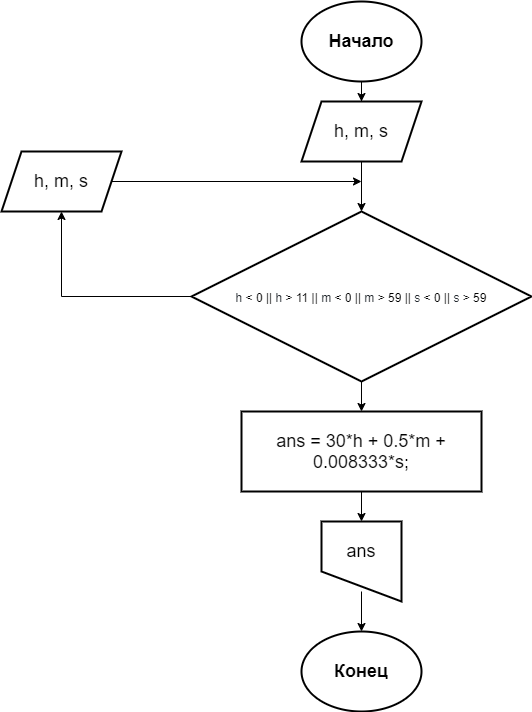
This is Lab1/Lab1.3/Lab1.3.drawio.png from ga1kokuj1n/Lab1, a draw.io export, as it was before one commit. Source tidied: cells renumbered, new cells last; positions are measured from the earlier drawing's top-left corner, leaving out a move shared by most shapes.
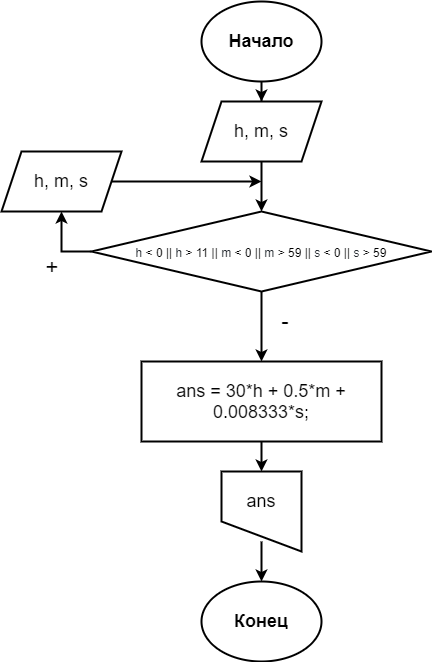
After the change.

What changed in the source:
```diff
@@ -2,45 +2,45 @@
   <root>
     <mxCell id="0" />
     <mxCell id="1" parent="0" />
-    <mxCell id="2" style="edgeStyle=orthogonalEdgeStyle;rounded=0;jettySize=auto;html=1;entryX=0.5;entryY=0;entryDx=0;entryDy=0;fontSize=18;" parent="1" edge="1" source="3" target="5">
+    <mxCell id="2" style="edgeStyle=orthogonalEdgeStyle;rounded=0;jettySize=auto;html=1;entryX=0.5;entryY=0;entryDx=0;entryDy=0;fontSize=18;strokeWidth=2;" parent="1" edge="1" source="3" target="5">
       <mxGeometry relative="1" as="geometry" />
     </mxCell>
     <mxCell id="3" value="&lt;font style=&quot;font-size: 18px&quot;&gt;&lt;b&gt;Начало&lt;/b&gt;&lt;/font&gt;" style="ellipse;whiteSpace=wrap;html=1;strokeWidth=2;" parent="1" vertex="1">
       <mxGeometry x="300" width="120" height="80" as="geometry" />
     </mxCell>
-    <mxCell id="4" style="edgeStyle=orthogonalEdgeStyle;rounded=0;jettySize=auto;html=1;entryX=0.5;entryY=0;entryDx=0;entryDy=0;fontSize=18;" parent="1" edge="1" source="5" target="7">
+    <mxCell id="4" style="edgeStyle=orthogonalEdgeStyle;rounded=0;jettySize=auto;html=1;entryX=0.5;entryY=0;entryDx=0;entryDy=0;fontSize=18;strokeWidth=2;" parent="1" edge="1" source="5" target="7">
       <mxGeometry relative="1" as="geometry" />
     </mxCell>
     <mxCell id="5" value="h, m, s" style="shape=parallelogram;perimeter=parallelogramPerimeter;whiteSpace=wrap;html=1;fixedSize=1;fontSize=18;strokeWidth=2;" parent="1" vertex="1">
       <mxGeometry x="300" y="100" width="120" height="60" as="geometry" />
     </mxCell>
-    <mxCell id="6" style="edgeStyle=orthogonalEdgeStyle;rounded=0;jettySize=auto;html=1;entryX=0.5;entryY=0;entryDx=0;entryDy=0;fontSize=18;" parent="1" edge="1" source="7" target="12">
+    <mxCell id="6" style="edgeStyle=orthogonalEdgeStyle;rounded=0;jettySize=auto;html=1;entryX=0.5;entryY=0;entryDx=0;entryDy=0;fontSize=18;strokeWidth=2;" parent="1" edge="1" source="7" target="12">
       <mxGeometry relative="1" as="geometry" />
     </mxCell>
     <mxCell id="7" value="&lt;span class=&quot;pl-smi&quot; style=&quot;box-sizing: border-box ; color: rgb(36 , 41 , 47) ; font-family: , , &amp;#34;sf mono&amp;#34; , &amp;#34;menlo&amp;#34; , &amp;#34;consolas&amp;#34; , &amp;#34;liberation mono&amp;#34; , monospace ; font-size: 12px ; background-color: rgb(255 , 255 , 255)&quot;&gt;h&lt;/span&gt;&lt;span style=&quot;color: rgb(36 , 41 , 47) ; font-family: , , &amp;#34;sf mono&amp;#34; , &amp;#34;menlo&amp;#34; , &amp;#34;consolas&amp;#34; , &amp;#34;liberation mono&amp;#34; , monospace ; font-size: 12px ; background-color: rgb(255 , 255 , 255)&quot;&gt; &lt;/span&gt;&lt;span class=&quot;pl-k&quot; style=&quot;box-sizing: border-box ; font-family: , , &amp;#34;sf mono&amp;#34; , &amp;#34;menlo&amp;#34; , &amp;#34;consolas&amp;#34; , &amp;#34;liberation mono&amp;#34; , monospace ; font-size: 12px ; background-color: rgb(255 , 255 , 255)&quot;&gt;&amp;lt;&lt;/span&gt;&lt;span style=&quot;color: rgb(36 , 41 , 47) ; font-family: , , &amp;#34;sf mono&amp;#34; , &amp;#34;menlo&amp;#34; , &amp;#34;consolas&amp;#34; , &amp;#34;liberation mono&amp;#34; , monospace ; font-size: 12px ; background-color: rgb(255 , 255 , 255)&quot;&gt; &lt;/span&gt;&lt;span class=&quot;pl-c1&quot; style=&quot;box-sizing: border-box ; font-family: , , &amp;#34;sf mono&amp;#34; , &amp;#34;menlo&amp;#34; , &amp;#34;consolas&amp;#34; , &amp;#34;liberation mono&amp;#34; , monospace ; font-size: 12px ; background-color: rgb(255 , 255 , 255)&quot;&gt;0&lt;/span&gt;&lt;span style=&quot;color: rgb(36 , 41 , 47) ; font-family: , , &amp;#34;sf mono&amp;#34; , &amp;#34;menlo&amp;#34; , &amp;#34;consolas&amp;#34; , &amp;#34;liberation mono&amp;#34; , monospace ; font-size: 12px ; background-color: rgb(255 , 255 , 255)&quot;&gt; &lt;/span&gt;&lt;span class=&quot;pl-k&quot; style=&quot;box-sizing: border-box ; font-family: , , &amp;#34;sf mono&amp;#34; , &amp;#34;menlo&amp;#34; , &amp;#34;consolas&amp;#34; , &amp;#34;liberation mono&amp;#34; , monospace ; font-size: 12px ; background-color: rgb(255 , 255 , 255)&quot;&gt;||&lt;/span&gt;&lt;span style=&quot;color: rgb(36 , 41 , 47) ; font-family: , , &amp;#34;sf mono&amp;#34; , &amp;#34;menlo&amp;#34; , &amp;#34;consolas&amp;#34; , &amp;#34;liberation mono&amp;#34; , monospace ; font-size: 12px ; background-color: rgb(255 , 255 , 255)&quot;&gt; &lt;/span&gt;&lt;span class=&quot;pl-smi&quot; style=&quot;box-sizing: border-box ; color: rgb(36 , 41 , 47) ; font-family: , , &amp;#34;sf mono&amp;#34; , &amp;#34;menlo&amp;#34; , &amp;#34;consolas&amp;#34; , &amp;#34;liberation mono&amp;#34; , monospace ; font-size: 12px ; background-color: rgb(255 , 255 , 255)&quot;&gt;h&lt;/span&gt;&lt;span style=&quot;color: rgb(36 , 41 , 47) ; font-family: , , &amp;#34;sf mono&amp;#34; , &amp;#34;menlo&amp;#34; , &amp;#34;consolas&amp;#34; , &amp;#34;liberation mono&amp;#34; , monospace ; font-size: 12px ; background-color: rgb(255 , 255 , 255)&quot;&gt; &lt;/span&gt;&lt;span class=&quot;pl-k&quot; style=&quot;box-sizing: border-box ; font-family: , , &amp;#34;sf mono&amp;#34; , &amp;#34;menlo&amp;#34; , &amp;#34;consolas&amp;#34; , &amp;#34;liberation mono&amp;#34; , monospace ; font-size: 12px ; background-color: rgb(255 , 255 , 255)&quot;&gt;&amp;gt;&lt;/span&gt;&lt;span style=&quot;color: rgb(36 , 41 , 47) ; font-family: , , &amp;#34;sf mono&amp;#34; , &amp;#34;menlo&amp;#34; , &amp;#34;consolas&amp;#34; , &amp;#34;liberation mono&amp;#34; , monospace ; font-size: 12px ; background-color: rgb(255 , 255 , 255)&quot;&gt; &lt;/span&gt;&lt;span class=&quot;pl-c1&quot; style=&quot;box-sizing: border-box ; font-family: , , &amp;#34;sf mono&amp;#34; , &amp;#34;menlo&amp;#34; , &amp;#34;consolas&amp;#34; , &amp;#34;liberation mono&amp;#34; , monospace ; font-size: 12px ; background-color: rgb(255 , 255 , 255)&quot;&gt;11&lt;/span&gt;&lt;span style=&quot;color: rgb(36 , 41 , 47) ; font-family: , , &amp;#34;sf mono&amp;#34; , &amp;#34;menlo&amp;#34; , &amp;#34;consolas&amp;#34; , &amp;#34;liberation mono&amp;#34; , monospace ; font-size: 12px ; background-color: rgb(255 , 255 , 255)&quot;&gt; &lt;/span&gt;&lt;span class=&quot;pl-k&quot; style=&quot;box-sizing: border-box ; font-family: , , &amp;#34;sf mono&amp;#34; , &amp;#34;menlo&amp;#34; , &amp;#34;consolas&amp;#34; , &amp;#34;liberation mono&amp;#34; , monospace ; font-size: 12px ; background-color: rgb(255 , 255 , 255)&quot;&gt;||&lt;/span&gt;&lt;span style=&quot;color: rgb(36 , 41 , 47) ; font-family: , , &amp;#34;sf mono&amp;#34; , &amp;#34;menlo&amp;#34; , &amp;#34;consolas&amp;#34; , &amp;#34;liberation mono&amp;#34; , monospace ; font-size: 12px ; background-color: rgb(255 , 255 , 255)&quot;&gt; &lt;/span&gt;&lt;span class=&quot;pl-smi&quot; style=&quot;box-sizing: border-box ; color: rgb(36 , 41 , 47) ; font-family: , , &amp;#34;sf mono&amp;#34; , &amp;#34;menlo&amp;#34; , &amp;#34;consolas&amp;#34; , &amp;#34;liberation mono&amp;#34; , monospace ; font-size: 12px ; background-color: rgb(255 , 255 , 255)&quot;&gt;m&lt;/span&gt;&lt;span style=&quot;color: rgb(36 , 41 , 47) ; font-family: , , &amp;#34;sf mono&amp;#34; , &amp;#34;menlo&amp;#34; , &amp;#34;consolas&amp;#34; , &amp;#34;liberation mono&amp;#34; , monospace ; font-size: 12px ; background-color: rgb(255 , 255 , 255)&quot;&gt; &lt;/span&gt;&lt;span class=&quot;pl-k&quot; style=&quot;box-sizing: border-box ; font-family: , , &amp;#34;sf mono&amp;#34; , &amp;#34;menlo&amp;#34; , &amp;#34;consolas&amp;#34; , &amp;#34;liberation mono&amp;#34; , monospace ; font-size: 12px ; background-color: rgb(255 , 255 , 255)&quot;&gt;&amp;lt;&lt;/span&gt;&lt;span style=&quot;color: rgb(36 , 41 , 47) ; font-family: , , &amp;#34;sf mono&amp;#34; , &amp;#34;menlo&amp;#34; , &amp;#34;consolas&amp;#34; , &amp;#34;liberation mono&amp;#34; , monospace ; font-size: 12px ; background-color: rgb(255 , 255 , 255)&quot;&gt; &lt;/span&gt;&lt;span class=&quot;pl-c1&quot; style=&quot;box-sizing: border-box ; font-family: , , &amp;#34;sf mono&amp;#34; , &amp;#34;menlo&amp;#34; , &amp;#34;consolas&amp;#34; , &amp;#34;liberation mono&amp;#34; , monospace ; font-size: 12px ; background-color: rgb(255 , 255 , 255)&quot;&gt;0&lt;/span&gt;&lt;span style=&quot;color: rgb(36 , 41 , 47) ; font-family: , , &amp;#34;sf mono&amp;#34; , &amp;#34;menlo&amp;#34; , &amp;#34;consolas&amp;#34; , &amp;#34;liberation mono&amp;#34; , monospace ; font-size: 12px ; background-color: rgb(255 , 255 , 255)&quot;&gt; &lt;/span&gt;&lt;span class=&quot;pl-k&quot; style=&quot;box-sizing: border-box ; font-family: , , &amp;#34;sf mono&amp;#34; , &amp;#34;menlo&amp;#34; , &amp;#34;consolas&amp;#34; , &amp;#34;liberation mono&amp;#34; , monospace ; font-size: 12px ; background-color: rgb(255 , 255 , 255)&quot;&gt;||&lt;/span&gt;&lt;span style=&quot;color: rgb(36 , 41 , 47) ; font-family: , , &amp;#34;sf mono&amp;#34; , &amp;#34;menlo&amp;#34; , &amp;#34;consolas&amp;#34; , &amp;#34;liberation mono&amp;#34; , monospace ; font-size: 12px ; background-color: rgb(255 , 255 , 255)&quot;&gt; &lt;/span&gt;&lt;span class=&quot;pl-smi&quot; style=&quot;box-sizing: border-box ; color: rgb(36 , 41 , 47) ; font-family: , , &amp;#34;sf mono&amp;#34; , &amp;#34;menlo&amp;#34; , &amp;#34;consolas&amp;#34; , &amp;#34;liberation mono&amp;#34; , monospace ; font-size: 12px ; background-color: rgb(255 , 255 , 255)&quot;&gt;m&lt;/span&gt;&lt;span style=&quot;color: rgb(36 , 41 , 47) ; font-family: , , &amp;#34;sf mono&amp;#34; , &amp;#34;menlo&amp;#34; , &amp;#34;consolas&amp;#34; , &amp;#34;liberation mono&amp;#34; , monospace ; font-size: 12px ; background-color: rgb(255 , 255 , 255)&quot;&gt; &lt;/span&gt;&lt;span class=&quot;pl-k&quot; style=&quot;box-sizing: border-box ; font-family: , , &amp;#34;sf mono&amp;#34; , &amp;#34;menlo&amp;#34; , &amp;#34;consolas&amp;#34; , &amp;#34;liberation mono&amp;#34; , monospace ; font-size: 12px ; background-color: rgb(255 , 255 , 255)&quot;&gt;&amp;gt;&lt;/span&gt;&lt;span style=&quot;color: rgb(36 , 41 , 47) ; font-family: , , &amp;#34;sf mono&amp;#34; , &amp;#34;menlo&amp;#34; , &amp;#34;consolas&amp;#34; , &amp;#34;liberation mono&amp;#34; , monospace ; font-size: 12px ; background-color: rgb(255 , 255 , 255)&quot;&gt; &lt;/span&gt;&lt;span class=&quot;pl-c1&quot; style=&quot;box-sizing: border-box ; font-family: , , &amp;#34;sf mono&amp;#34; , &amp;#34;menlo&amp;#34; , &amp;#34;consolas&amp;#34; , &amp;#34;liberation mono&amp;#34; , monospace ; font-size: 12px ; background-color: rgb(255 , 255 , 255)&quot;&gt;59&lt;/span&gt;&lt;span style=&quot;color: rgb(36 , 41 , 47) ; font-family: , , &amp;#34;sf mono&amp;#34; , &amp;#34;menlo&amp;#34; , &amp;#34;consolas&amp;#34; , &amp;#34;liberation mono&amp;#34; , monospace ; font-size: 12px ; background-color: rgb(255 , 255 , 255)&quot;&gt; &lt;/span&gt;&lt;span class=&quot;pl-k&quot; style=&quot;box-sizing: border-box ; font-family: , , &amp;#34;sf mono&amp;#34; , &amp;#34;menlo&amp;#34; , &amp;#34;consolas&amp;#34; , &amp;#34;liberation mono&amp;#34; , monospace ; font-size: 12px ; background-color: rgb(255 , 255 , 255)&quot;&gt;||&lt;/span&gt;&lt;span style=&quot;color: rgb(36 , 41 , 47) ; font-family: , , &amp;#34;sf mono&amp;#34; , &amp;#34;menlo&amp;#34; , &amp;#34;consolas&amp;#34; , &amp;#34;liberation mono&amp;#34; , monospace ; font-size: 12px ; background-color: rgb(255 , 255 , 255)&quot;&gt; &lt;/span&gt;&lt;span class=&quot;pl-smi&quot; style=&quot;box-sizing: border-box ; color: rgb(36 , 41 , 47) ; font-family: , , &amp;#34;sf mono&amp;#34; , &amp;#34;menlo&amp;#34; , &amp;#34;consolas&amp;#34; , &amp;#34;liberation mono&amp;#34; , monospace ; font-size: 12px ; background-color: rgb(255 , 255 , 255)&quot;&gt;s&lt;/span&gt;&lt;span style=&quot;color: rgb(36 , 41 , 47) ; font-family: , , &amp;#34;sf mono&amp;#34; , &amp;#34;menlo&amp;#34; , &amp;#34;consolas&amp;#34; , &amp;#34;liberation mono&amp;#34; , monospace ; font-size: 12px ; background-color: rgb(255 , 255 , 255)&quot;&gt; &lt;/span&gt;&lt;span class=&quot;pl-k&quot; style=&quot;box-sizing: border-box ; font-family: , , &amp;#34;sf mono&amp;#34; , &amp;#34;menlo&amp;#34; , &amp;#34;consolas&amp;#34; , &amp;#34;liberation mono&amp;#34; , monospace ; font-size: 12px ; background-color: rgb(255 , 255 , 255)&quot;&gt;&amp;lt;&lt;/span&gt;&lt;span style=&quot;color: rgb(36 , 41 , 47) ; font-family: , , &amp;#34;sf mono&amp;#34; , &amp;#34;menlo&amp;#34; , &amp;#34;consolas&amp;#34; , &amp;#34;liberation mono&amp;#34; , monospace ; font-size: 12px ; background-color: rgb(255 , 255 , 255)&quot;&gt; &lt;/span&gt;&lt;span class=&quot;pl-c1&quot; style=&quot;box-sizing: border-box ; font-family: , , &amp;#34;sf mono&amp;#34; , &amp;#34;menlo&amp;#34; , &amp;#34;consolas&amp;#34; , &amp;#34;liberation mono&amp;#34; , monospace ; font-size: 12px ; background-color: rgb(255 , 255 , 255)&quot;&gt;0&lt;/span&gt;&lt;span style=&quot;color: rgb(36 , 41 , 47) ; font-family: , , &amp;#34;sf mono&amp;#34; , &amp;#34;menlo&amp;#34; , &amp;#34;consolas&amp;#34; , &amp;#34;liberation mono&amp;#34; , monospace ; font-size: 12px ; background-color: rgb(255 , 255 , 255)&quot;&gt; &lt;/span&gt;&lt;span class=&quot;pl-k&quot; style=&quot;box-sizing: border-box ; font-family: , , &amp;#34;sf mono&amp;#34; , &amp;#34;menlo&amp;#34; , &amp;#34;consolas&amp;#34; , &amp;#34;liberation mono&amp;#34; , monospace ; font-size: 12px ; background-color: rgb(255 , 255 , 255)&quot;&gt;||&lt;/span&gt;&lt;span style=&quot;color: rgb(36 , 41 , 47) ; font-family: , , &amp;#34;sf mono&amp;#34; , &amp;#34;menlo&amp;#34; , &amp;#34;consolas&amp;#34; , &amp;#34;liberation mono&amp;#34; , monospace ; font-size: 12px ; background-color: rgb(255 , 255 , 255)&quot;&gt; &lt;/span&gt;&lt;span class=&quot;pl-smi&quot; style=&quot;box-sizing: border-box ; color: rgb(36 , 41 , 47) ; font-family: , , &amp;#34;sf mono&amp;#34; , &amp;#34;menlo&amp;#34; , &amp;#34;consolas&amp;#34; , &amp;#34;liberation mono&amp;#34; , monospace ; font-size: 12px ; background-color: rgb(255 , 255 , 255)&quot;&gt;s&lt;/span&gt;&lt;span style=&quot;color: rgb(36 , 41 , 47) ; font-family: , , &amp;#34;sf mono&amp;#34; , &amp;#34;menlo&amp;#34; , &amp;#34;consolas&amp;#34; , &amp;#34;liberation mono&amp;#34; , monospace ; font-size: 12px ; background-color: rgb(255 , 255 , 255)&quot;&gt; &lt;/span&gt;&lt;span class=&quot;pl-k&quot; style=&quot;box-sizing: border-box ; font-family: , , &amp;#34;sf mono&amp;#34; , &amp;#34;menlo&amp;#34; , &amp;#34;consolas&amp;#34; , &amp;#34;liberation mono&amp;#34; , monospace ; font-size: 12px ; background-color: rgb(255 , 255 , 255)&quot;&gt;&amp;gt;&lt;/span&gt;&lt;span style=&quot;color: rgb(36 , 41 , 47) ; font-family: , , &amp;#34;sf mono&amp;#34; , &amp;#34;menlo&amp;#34; , &amp;#34;consolas&amp;#34; , &amp;#34;liberation mono&amp;#34; , monospace ; font-size: 12px ; background-color: rgb(255 , 255 , 255)&quot;&gt; &lt;/span&gt;&lt;span class=&quot;pl-c1&quot; style=&quot;box-sizing: border-box ; font-family: , , &amp;#34;sf mono&amp;#34; , &amp;#34;menlo&amp;#34; , &amp;#34;consolas&amp;#34; , &amp;#34;liberation mono&amp;#34; , monospace ; font-size: 12px ; background-color: rgb(255 , 255 , 255)&quot;&gt;59&lt;/span&gt;" style="rhombus;whiteSpace=wrap;html=1;fontSize=18;strokeWidth=2;" parent="1" vertex="1">
-      <mxGeometry x="190" y="210" width="340" height="170" as="geometry" />
+      <mxGeometry x="190" y="210" width="340" height="80" as="geometry" />
     </mxCell>
-    <mxCell id="8" style="edgeStyle=orthogonalEdgeStyle;rounded=0;jettySize=auto;html=1;fontSize=18;" parent="1" edge="1" source="9">
+    <mxCell id="8" style="edgeStyle=orthogonalEdgeStyle;rounded=0;jettySize=auto;html=1;fontSize=18;strokeWidth=2;" parent="1" edge="1" source="9">
       <mxGeometry relative="1" as="geometry">
         <mxPoint x="360" y="180" as="targetPoint" />
       </mxGeometry>
     </mxCell>
     <mxCell id="9" value="h, m, s" style="shape=parallelogram;perimeter=parallelogramPerimeter;whiteSpace=wrap;html=1;fixedSize=1;fontSize=18;strokeWidth=2;" parent="1" vertex="1">
-      <mxGeometry y="150" width="120" height="60" as="geometry" />
+      <mxGeometry x="100" y="150" width="120" height="60" as="geometry" />
     </mxCell>
-    <mxCell id="10" style="endArrow=classic;html=1;rounded=0;fontSize=18;exitX=0;exitY=0.5;exitDx=0;exitDy=0;entryX=0.5;entryY=1;entryDx=0;entryDy=0;edgeStyle=orthogonalEdgeStyle;" parent="1" edge="1" source="7" target="9">
+    <mxCell id="10" style="endArrow=classic;html=1;rounded=0;fontSize=18;exitX=0;exitY=0.5;exitDx=0;exitDy=0;entryX=0.5;entryY=1;entryDx=0;entryDy=0;edgeStyle=orthogonalEdgeStyle;strokeWidth=2;" parent="1" edge="1" source="7" target="9">
       <mxGeometry relative="1" as="geometry" />
     </mxCell>
-    <mxCell id="11" style="edgeStyle=orthogonalEdgeStyle;rounded=0;jettySize=auto;html=1;fontSize=18;" parent="1" edge="1" source="12">
+    <mxCell id="11" style="edgeStyle=orthogonalEdgeStyle;rounded=0;jettySize=auto;html=1;fontSize=18;strokeWidth=2;" parent="1" edge="1" source="12">
       <mxGeometry relative="1" as="geometry">
-        <mxPoint x="360" y="520" as="targetPoint" />
+        <mxPoint x="360" y="470" as="targetPoint" />
       </mxGeometry>
     </mxCell>
     <mxCell id="12" value="ans = 30*h + 0.5*m + 0.008333*s;" style="rounded=0;whiteSpace=wrap;html=1;fontSize=18;strokeWidth=2;" parent="1" vertex="1">
-      <mxGeometry x="240" y="410" width="240" height="80" as="geometry" />
+      <mxGeometry x="240" y="360" width="240" height="80" as="geometry" />
     </mxCell>
-    <mxCell id="13" style="group;" parent="1" vertex="1">
-      <mxGeometry x="320" y="520" width="80" height="80" as="geometry" />
+    <mxCell id="13" style="group;strokeWidth=2;" parent="1" vertex="1">
+      <mxGeometry x="320" y="470" width="80" height="80" as="geometry" />
     </mxCell>
     <mxCell id="14" style="shape=manualInput;whiteSpace=wrap;html=1;fontSize=18;strokeWidth=2;flipV=1;" parent="13" vertex="1">
       <mxGeometry width="80" height="80" as="geometry" />
@@ -49,10 +49,16 @@
       <mxGeometry y="-10" width="80" height="80" as="geometry" />
     </mxCell>
     <mxCell id="16" value="&lt;span style=&quot;font-size: 18px&quot;&gt;&lt;b&gt;Конец&lt;br&gt;&lt;/b&gt;&lt;/span&gt;" style="ellipse;whiteSpace=wrap;html=1;strokeWidth=2;" parent="1" vertex="1">
-      <mxGeometry x="300" y="630" width="120" height="80" as="geometry" />
+      <mxGeometry x="300" y="580" width="120" height="80" as="geometry" />
     </mxCell>
-    <mxCell id="17" style="edgeStyle=orthogonalEdgeStyle;rounded=0;jettySize=auto;html=1;entryX=0.5;entryY=0;entryDx=0;entryDy=0;fontSize=18;" parent="1" edge="1" source="15" target="16">
+    <mxCell id="17" style="edgeStyle=orthogonalEdgeStyle;rounded=0;jettySize=auto;html=1;entryX=0.5;entryY=0;entryDx=0;entryDy=0;fontSize=18;strokeWidth=2;" parent="1" edge="1" source="15" target="16">
       <mxGeometry relative="1" as="geometry" />
     </mxCell>
+    <mxCell id="18" value="&lt;font style=&quot;font-size: 22px&quot;&gt;-&lt;/font&gt;" style="whiteSpace=wrap;html=1;fontSize=19;strokeWidth=2;fillColor=none;strokeColor=none;" parent="1" vertex="1">
+      <mxGeometry x="344" y="280" width="80" height="80" as="geometry" />
+    </mxCell>
+    <mxCell id="19" value="&lt;font style=&quot;font-size: 22px&quot;&gt;+&lt;/font&gt;" style="whiteSpace=wrap;html=1;fontSize=19;strokeWidth=2;fillColor=none;strokeColor=none;" parent="1" vertex="1">
+      <mxGeometry x="111" y="226" width="80" height="80" as="geometry" />
+    </mxCell>
   </root>
 </mxGraphModel>
```
